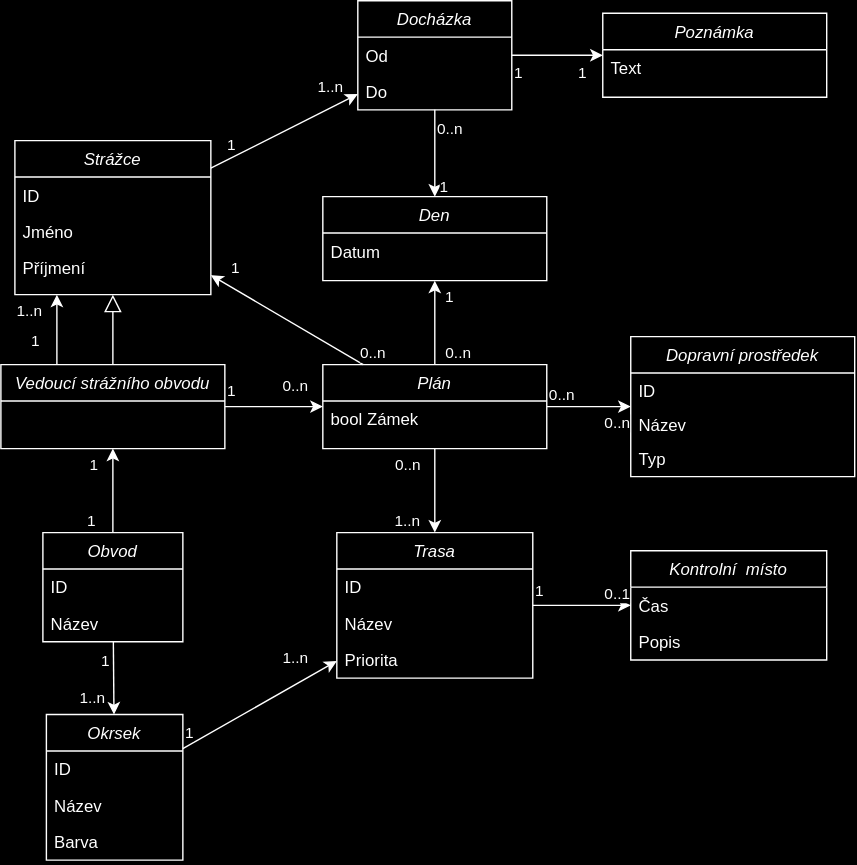
Before: prilohy/domenovy_model.svg, a diagram exported from draw.io (korandom/NP-strazci). Source tidied: cells renumbered, new cells last; positions are measured from the earlier drawing's top-left corner, leaving out a move shared by most shapes.
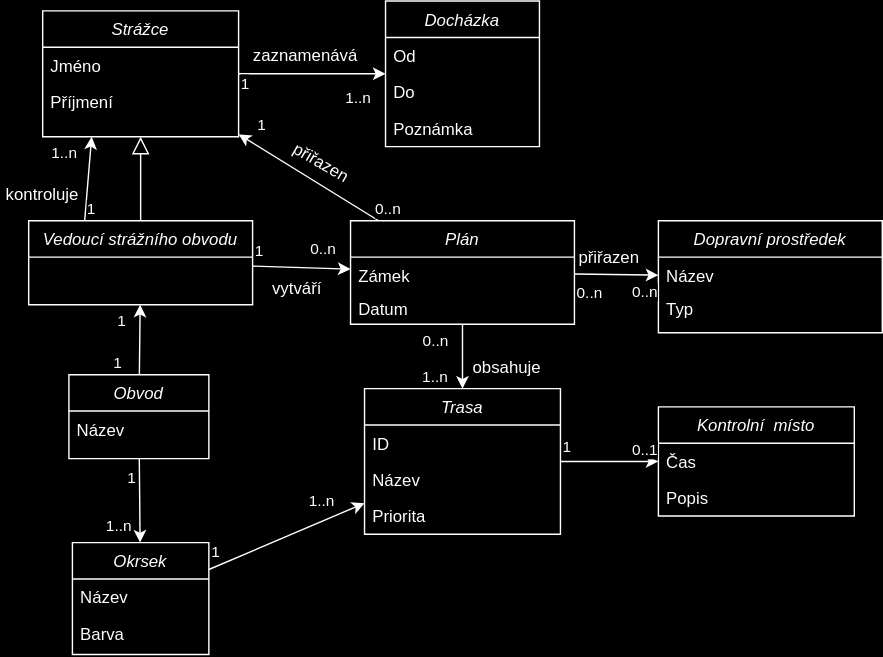
Later version of the same file.

Commit message:
Změna domenoveho modelu

The edit, as a diff of the source:
```diff
@@ -3,16 +3,13 @@
     <mxCell id="0" />
     <mxCell id="1" parent="0" />
     <mxCell id="2" value="Strážce" style="swimlane;fontStyle=2;align=center;verticalAlign=top;horizontal=1;startSize=26;rounded=0;shadow=0;strokeWidth=1;" parent="1" vertex="1">
-      <mxGeometry x="10" y="100" width="140" height="110" as="geometry" />
+      <mxGeometry x="10" y="110" width="140" height="90" as="geometry" />
     </mxCell>
-    <mxCell id="3" value="ID" style="text;align=left;verticalAlign=top;spacingLeft=4;spacingRight=4;overflow=hidden;" parent="2" vertex="1">
-      <mxGeometry y="26" width="140" height="26" as="geometry" />
-    </mxCell>
     <mxCell id="4" value="Jméno" style="text;align=left;verticalAlign=top;spacingLeft=4;spacingRight=4;overflow=hidden;" parent="2" vertex="1">
-      <mxGeometry y="52" width="140" height="26" as="geometry" />
+      <mxGeometry y="26" width="140" height="26" as="geometry" />
     </mxCell>
     <mxCell id="5" value="Příjmení" style="text;align=left;verticalAlign=top;spacingLeft=4;spacingRight=4;overflow=hidden;rounded=0;shadow=0;html=0;" parent="2" vertex="1">
-      <mxGeometry y="78" width="140" height="26" as="geometry" />
+      <mxGeometry y="52" width="140" height="26" as="geometry" />
     </mxCell>
     <mxCell id="6" style="endArrow=block;endSize=10;endFill=0;shadow=0;strokeWidth=1;rounded=0;edgeStyle=elbowEdgeStyle;elbow=vertical;" parent="1" edge="1" source="7" target="2">
       <mxGeometry relative="1" as="geometry" />
@@ -53,29 +50,23 @@
       <mxGeometry x="1" relative="1" as="geometry" />
     </mxCell>
     <mxCell id="18" value="Plán" style="swimlane;fontStyle=2;align=center;verticalAlign=top;horizontal=1;startSize=26;rounded=0;shadow=0;strokeWidth=1;" parent="1" vertex="1">
-      <mxGeometry x="230" y="260" width="160" height="60" as="geometry" />
+      <mxGeometry x="230" y="260" width="160" height="74" as="geometry" />
     </mxCell>
-    <mxCell id="19" value="bool Zámek" style="text;align=left;verticalAlign=top;spacingLeft=4;spacingRight=4;overflow=hidden;" parent="18" vertex="1">
+    <mxCell id="19" value="Zámek" style="text;align=left;verticalAlign=top;spacingLeft=4;spacingRight=4;overflow=hidden;" parent="18" vertex="1">
       <mxGeometry y="26" width="160" height="24" as="geometry" />
     </mxCell>
+    <mxCell id="25" value="Datum" style="text;align=left;verticalAlign=top;spacingLeft=4;spacingRight=4;overflow=hidden;" parent="18" vertex="1">
+      <mxGeometry y="50" width="160" height="24" as="geometry" />
+    </mxCell>
     <mxCell id="20" value="Dopravní prostředek" style="swimlane;fontStyle=2;align=center;verticalAlign=top;horizontal=1;startSize=26;rounded=0;shadow=0;strokeWidth=1;" parent="1" vertex="1">
-      <mxGeometry x="450" y="240" width="160" height="100" as="geometry" />
+      <mxGeometry x="450" y="260" width="160" height="80" as="geometry" />
     </mxCell>
-    <mxCell id="21" value="ID" style="text;align=left;verticalAlign=top;spacingLeft=4;spacingRight=4;overflow=hidden;" parent="20" vertex="1">
-      <mxGeometry y="26" width="160" height="24" as="geometry" />
-    </mxCell>
     <mxCell id="22" value="Název" style="text;align=left;verticalAlign=top;spacingLeft=4;spacingRight=4;overflow=hidden;" parent="20" vertex="1">
-      <mxGeometry y="50" width="160" height="24" as="geometry" />
+      <mxGeometry y="26" width="160" height="24" as="geometry" />
     </mxCell>
     <mxCell id="23" value="Typ" style="text;align=left;verticalAlign=top;spacingLeft=4;spacingRight=4;overflow=hidden;" parent="20" vertex="1">
-      <mxGeometry y="74" width="160" height="24" as="geometry" />
+      <mxGeometry y="50" width="160" height="24" as="geometry" />
     </mxCell>
-    <mxCell id="24" value="Den" style="swimlane;fontStyle=2;align=center;verticalAlign=top;horizontal=1;startSize=26;rounded=0;shadow=0;strokeWidth=1;" parent="1" vertex="1">
-      <mxGeometry x="230" y="140" width="160" height="60" as="geometry" />
-    </mxCell>
-    <mxCell id="25" value="Datum" style="text;align=left;verticalAlign=top;spacingLeft=4;spacingRight=4;overflow=hidden;" parent="24" vertex="1">
-      <mxGeometry y="26" width="160" height="26" as="geometry" />
-    </mxCell>
     <mxCell id="26" style="endArrow=classic;html=1;rounded=0;" parent="1" edge="1" source="18" target="8">
       <mxGeometry relative="1" as="geometry" />
     </mxCell>
@@ -93,7 +84,9 @@
       <mxGeometry relative="1" as="geometry" />
     </mxCell>
     <mxCell id="30" value="0..n" style="edgeLabel;html=1;align=left;verticalAlign=bottom;" parent="29" vertex="1">
-      <mxGeometry x="-1" relative="1" as="geometry" />
+      <mxGeometry x="-1" relative="1" as="geometry">
+        <mxPoint y="22" as="offset" />
+      </mxGeometry>
     </mxCell>
     <mxCell id="31" value="0..n" style="edgeLabel;html=1;align=right;verticalAlign=bottom;" parent="29" vertex="1">
       <mxGeometry x="1" relative="1" as="geometry">
@@ -113,45 +106,20 @@
         <mxPoint x="20" y="2" as="offset" />
       </mxGeometry>
     </mxCell>
-    <mxCell id="35" style="endArrow=classic;html=1;rounded=0;" parent="1" edge="1" source="18" target="24">
-      <mxGeometry relative="1" as="geometry" />
-    </mxCell>
-    <mxCell id="36" value="0..n" style="edgeLabel;html=1;align=left;verticalAlign=bottom;" parent="35" vertex="1">
-      <mxGeometry x="-1" relative="1" as="geometry">
-        <mxPoint x="6" as="offset" />
-      </mxGeometry>
-    </mxCell>
-    <mxCell id="37" value="1" style="edgeLabel;html=1;align=right;verticalAlign=bottom;" parent="35" vertex="1">
-      <mxGeometry x="1" relative="1" as="geometry">
-        <mxPoint x="14" y="20" as="offset" />
-      </mxGeometry>
-    </mxCell>
-    <mxCell id="38" value="Poznámka" style="swimlane;fontStyle=2;align=center;verticalAlign=top;horizontal=1;startSize=26;rounded=0;shadow=0;strokeWidth=1;" parent="1" vertex="1">
-      <mxGeometry x="430" y="9" width="160" height="60" as="geometry" />
-    </mxCell>
-    <mxCell id="39" value="Text" style="text;align=left;verticalAlign=top;spacingLeft=4;spacingRight=4;overflow=hidden;" parent="38" vertex="1">
-      <mxGeometry y="26" width="160" height="26" as="geometry" />
-    </mxCell>
     <mxCell id="40" value="Obvod" style="swimlane;fontStyle=2;align=center;verticalAlign=top;horizontal=1;startSize=26;rounded=0;shadow=0;strokeWidth=1;" parent="1" vertex="1">
-      <mxGeometry x="30" y="380" width="100" height="78" as="geometry" />
+      <mxGeometry x="28.8" y="370" width="100" height="60" as="geometry" />
     </mxCell>
-    <mxCell id="41" value="ID" style="text;align=left;verticalAlign=top;spacingLeft=4;spacingRight=4;overflow=hidden;" parent="40" vertex="1">
-      <mxGeometry y="26" width="100" height="26" as="geometry" />
-    </mxCell>
     <mxCell id="42" value="Název" style="text;align=left;verticalAlign=top;spacingLeft=4;spacingRight=4;overflow=hidden;" parent="40" vertex="1">
-      <mxGeometry y="52" width="100" height="26" as="geometry" />
+      <mxGeometry y="26" width="100" height="26" as="geometry" />
     </mxCell>
     <mxCell id="43" value="Okrsek" style="swimlane;fontStyle=2;align=center;verticalAlign=top;horizontal=1;startSize=26;rounded=0;shadow=0;strokeWidth=1;" parent="1" vertex="1">
-      <mxGeometry x="32.5" y="510" width="97.5" height="104" as="geometry" />
+      <mxGeometry x="31.2" y="490" width="97.5" height="80" as="geometry" />
     </mxCell>
-    <mxCell id="44" value="ID" style="text;align=left;verticalAlign=top;spacingLeft=4;spacingRight=4;overflow=hidden;" parent="43" vertex="1">
-      <mxGeometry y="26" width="97.5" height="26" as="geometry" />
-    </mxCell>
     <mxCell id="45" value="Název" style="text;align=left;verticalAlign=top;spacingLeft=4;spacingRight=4;overflow=hidden;" parent="43" vertex="1">
-      <mxGeometry y="52" width="97.5" height="26" as="geometry" />
+      <mxGeometry y="26" width="97.5" height="26" as="geometry" />
     </mxCell>
     <mxCell id="46" value="Barva" style="text;align=left;verticalAlign=top;spacingLeft=4;spacingRight=4;overflow=hidden;" parent="43" vertex="1">
-      <mxGeometry y="78" width="97.5" height="26" as="geometry" />
+      <mxGeometry y="52" width="97.5" height="26" as="geometry" />
     </mxCell>
     <mxCell id="47" style="endArrow=classic;html=1;rounded=0;" parent="1" edge="1" source="40" target="7">
       <mxGeometry relative="1" as="geometry" />
@@ -179,15 +147,11 @@
         <mxPoint x="-6" y="-4" as="offset" />
       </mxGeometry>
     </mxCell>
-    <mxCell id="53" style="endArrow=classic;html=1;rounded=0;exitX=0.25;exitY=0;exitDx=0;exitDy=0;" parent="1" edge="1" source="7">
-      <mxGeometry relative="1" as="geometry">
-        <mxPoint x="40" y="210" as="targetPoint" />
-      </mxGeometry>
+    <mxCell id="53" style="endArrow=classic;html=1;rounded=0;exitX=0.25;exitY=0;exitDx=0;exitDy=0;entryX=0.25;entryY=1;entryDx=0;entryDy=0;" parent="1" edge="1" source="7" target="2">
+      <mxGeometry relative="1" as="geometry" />
     </mxCell>
     <mxCell id="54" value="1" style="edgeLabel;html=1;align=left;verticalAlign=bottom;" parent="53" vertex="1">
-      <mxGeometry x="-1" relative="1" as="geometry">
-        <mxPoint x="-20" y="-9" as="offset" />
-      </mxGeometry>
+      <mxGeometry x="-1" relative="1" as="geometry" />
     </mxCell>
     <mxCell id="55" value="1..n" style="edgeLabel;html=1;align=right;verticalAlign=bottom;" parent="53" vertex="1">
       <mxGeometry x="1" relative="1" as="geometry">
@@ -208,7 +172,7 @@
       </mxGeometry>
     </mxCell>
     <mxCell id="59" value="Docházka" style="swimlane;fontStyle=2;align=center;verticalAlign=top;horizontal=1;startSize=26;rounded=0;shadow=0;strokeWidth=1;" parent="1" vertex="1">
-      <mxGeometry x="255" width="110" height="78" as="geometry" />
+      <mxGeometry x="255" y="103" width="110" height="104" as="geometry" />
     </mxCell>
     <mxCell id="60" value="Od" style="text;align=left;verticalAlign=top;spacingLeft=4;spacingRight=4;overflow=hidden;" parent="59" vertex="1">
       <mxGeometry y="26" width="110" height="26" as="geometry" />
@@ -216,12 +180,15 @@
     <mxCell id="61" value="Do" style="text;align=left;verticalAlign=top;spacingLeft=4;spacingRight=4;overflow=hidden;" parent="59" vertex="1">
       <mxGeometry y="52" width="110" height="26" as="geometry" />
     </mxCell>
+    <mxCell id="38" value="Poznámka" style="text;align=left;verticalAlign=top;spacingLeft=4;spacingRight=4;overflow=hidden;points=[[0,0.5],[1,0.5]];portConstraint=eastwest;" parent="59" vertex="1">
+      <mxGeometry y="78" width="110" height="26" as="geometry" />
+    </mxCell>
     <mxCell id="62" style="endArrow=classic;html=1;rounded=0;" parent="1" edge="1" source="7" target="18">
       <mxGeometry relative="1" as="geometry" />
     </mxCell>
     <mxCell id="63" value="1" style="edgeLabel;html=1;align=left;verticalAlign=bottom;" parent="62" vertex="1">
       <mxGeometry x="-1" relative="1" as="geometry">
-        <mxPoint y="-3" as="offset" />
+        <mxPoint y="-2" as="offset" />
       </mxGeometry>
     </mxCell>
     <mxCell id="64" value="0..n" style="edgeLabel;html=1;align=right;verticalAlign=bottom;" parent="62" vertex="1">
@@ -229,44 +196,36 @@
         <mxPoint x="-10" y="-7" as="offset" />
       </mxGeometry>
     </mxCell>
-    <mxCell id="65" style="endArrow=classic;html=1;rounded=0;" parent="1" edge="1" source="59" target="38">
-      <mxGeometry relative="1" as="geometry" />
-    </mxCell>
-    <mxCell id="66" value="1" style="edgeLabel;html=1;align=left;verticalAlign=bottom;" parent="65" vertex="1">
-      <mxGeometry x="-1" relative="1" as="geometry">
-        <mxPoint y="21" as="offset" />
-      </mxGeometry>
-    </mxCell>
-    <mxCell id="67" value="1" style="edgeLabel;html=1;align=right;verticalAlign=bottom;" parent="65" vertex="1">
-      <mxGeometry x="1" relative="1" as="geometry">
-        <mxPoint x="-11" y="21" as="offset" />
-      </mxGeometry>
-    </mxCell>
     <mxCell id="68" style="endArrow=classic;html=1;rounded=0;" parent="1" edge="1" source="2" target="59">
       <mxGeometry relative="1" as="geometry" />
     </mxCell>
     <mxCell id="69" value="1" style="edgeLabel;html=1;align=left;verticalAlign=bottom;" parent="68" vertex="1">
       <mxGeometry x="-1" relative="1" as="geometry">
-        <mxPoint x="10" y="-9" as="offset" />
+        <mxPoint y="15" as="offset" />
       </mxGeometry>
     </mxCell>
     <mxCell id="70" value="1..n" style="edgeLabel;html=1;align=right;verticalAlign=bottom;" parent="68" vertex="1">
       <mxGeometry x="1" relative="1" as="geometry">
-        <mxPoint x="-10" y="3" as="offset" />
+        <mxPoint x="-10" y="25" as="offset" />
       </mxGeometry>
     </mxCell>
-    <mxCell id="71" style="endArrow=classic;html=1;rounded=0;" parent="1" edge="1" source="59" target="24">
-      <mxGeometry relative="1" as="geometry" />
-    </mxCell>
-    <mxCell id="72" value="0..n" style="edgeLabel;html=1;align=left;verticalAlign=bottom;" parent="71" vertex="1">
-      <mxGeometry x="-1" relative="1" as="geometry">
-        <mxPoint y="22" as="offset" />
-      </mxGeometry>
-    </mxCell>
-    <mxCell id="73" value="1" style="edgeLabel;html=1;align=right;verticalAlign=bottom;" parent="71" vertex="1">
-      <mxGeometry x="1" relative="1" as="geometry">
-        <mxPoint x="10" y="1" as="offset" />
-      </mxGeometry>
-    </mxCell>
+    <mxCell id="74" value="vytváří" style="text;html=1;align=center;verticalAlign=middle;whiteSpace=wrap;rounded=0;" parent="1" vertex="1">
+      <mxGeometry x="160" y="297" width="64" height="23" as="geometry" />
+    </mxCell>
+    <mxCell id="75" value="zaznamenává" style="text;html=1;align=center;verticalAlign=middle;whiteSpace=wrap;rounded=0;" parent="1" vertex="1">
+      <mxGeometry x="166" y="130" width="64" height="23" as="geometry" />
+    </mxCell>
+    <mxCell id="76" value="kontroluje" style="text;html=1;align=center;verticalAlign=middle;whiteSpace=wrap;rounded=0;rotation=0;" parent="1" vertex="1">
+      <mxGeometry x="-20" y="240" width="60" height="3" as="geometry" />
+    </mxCell>
+    <mxCell id="77" value="přiřazen" style="text;html=1;align=center;verticalAlign=middle;whiteSpace=wrap;rounded=0;" parent="1" vertex="1">
+      <mxGeometry x="390" y="277" width="50" height="20" as="geometry" />
+    </mxCell>
+    <mxCell id="78" value="obsahuje" style="text;html=1;align=center;verticalAlign=middle;whiteSpace=wrap;rounded=0;" parent="1" vertex="1">
+      <mxGeometry x="310" y="360" width="64" height="10" as="geometry" />
+    </mxCell>
+    <mxCell id="79" value="přiřazen" style="text;html=1;align=center;verticalAlign=middle;whiteSpace=wrap;rounded=0;rotation=30;" parent="1" vertex="1">
+      <mxGeometry x="189" y="207" width="41" height="23" as="geometry" />
+    </mxCell>
   </root>
 </mxGraphModel>
```
